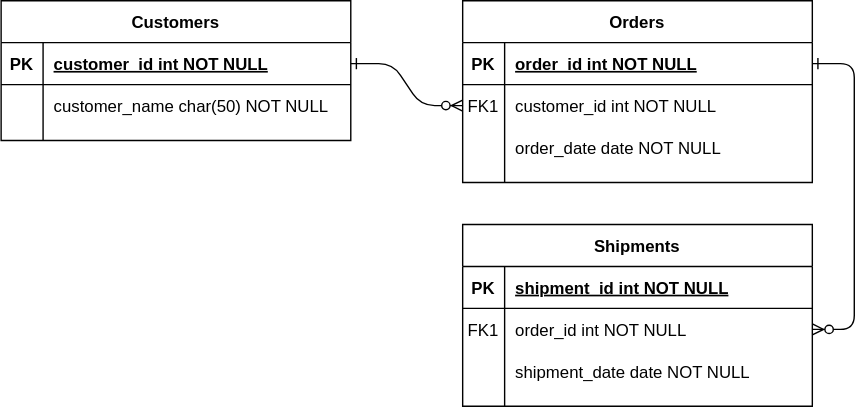
oyjoh/DAT250-FeedApp-Project keeps this draw.io diagram as DomainModel.svg. Above is the earlier version. Source tidied: cells renumbered, new cells last; positions are measured from the earlier drawing's top-left corner, leaving out a move shared by most shapes.
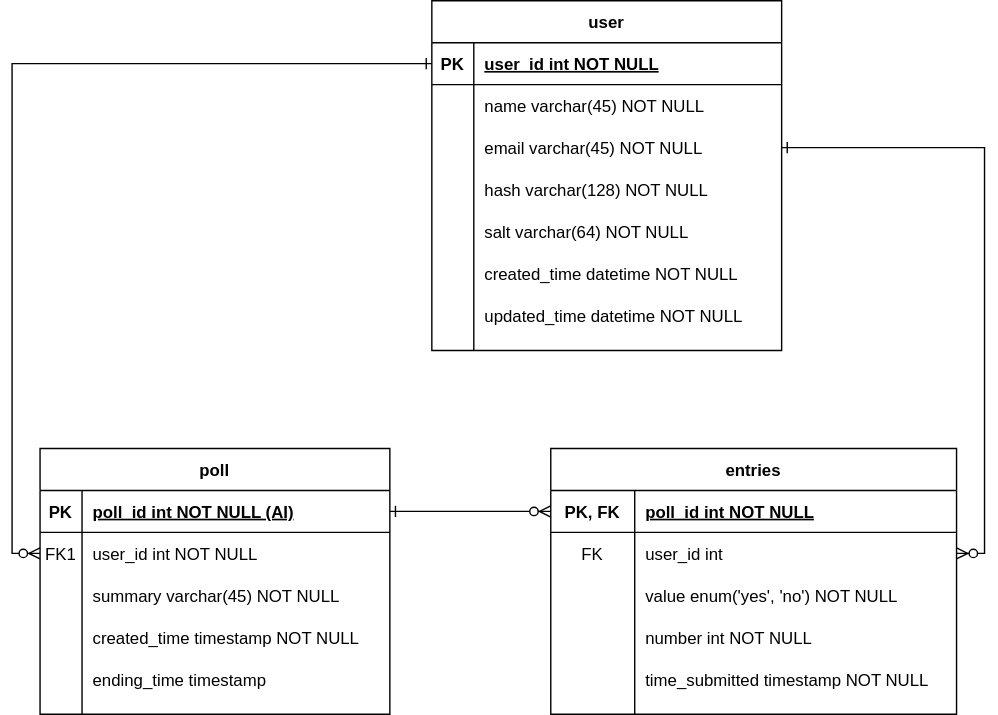
After the change.

Diff of the diagram source:
```diff
@@ -2,14 +2,128 @@
   <root>
     <mxCell id="0" />
     <mxCell id="1" parent="0" />
+    <mxCell id="24" value="user" style="shape=table;startSize=30;rowLines=0;fontStyle=1;align=center;" parent="1" vertex="1">
+      <mxGeometry x="220" y="-30" width="250" height="250" as="geometry" />
+    </mxCell>
+    <mxCell id="25" style="shape=partialRectangle;fillColor=none;points=[[0,0.5],[1,0.5]];portConstraint=eastwest;top=0;left=0;right=0;bottom=1;" parent="24" vertex="1">
+      <mxGeometry y="30" width="250" height="30" as="geometry" />
+    </mxCell>
+    <mxCell id="26" value="PK" style="shape=partialRectangle;overflow=hidden;fillColor=none;top=0;left=0;bottom=0;right=0;fontStyle=1;" parent="25" vertex="1">
+      <mxGeometry width="30" height="30" as="geometry" />
+    </mxCell>
+    <mxCell id="27" value="user_id int NOT NULL " style="shape=partialRectangle;overflow=hidden;fillColor=none;top=0;left=0;bottom=0;right=0;align=left;spacingLeft=6;fontStyle=5;" parent="25" vertex="1">
+      <mxGeometry x="30" width="220" height="30" as="geometry" />
+    </mxCell>
+    <mxCell id="28" style="shape=partialRectangle;fillColor=none;top=0;left=0;right=0;bottom=0;" parent="24" vertex="1">
+      <mxGeometry y="60" width="250" height="30" as="geometry" />
+    </mxCell>
+    <mxCell id="29" style="shape=partialRectangle;overflow=hidden;fillColor=none;top=0;left=0;bottom=0;right=0;" parent="28" vertex="1">
+      <mxGeometry width="30" height="30" as="geometry" />
+    </mxCell>
+    <mxCell id="30" value="name varchar(45) NOT NULL" style="shape=partialRectangle;overflow=hidden;fillColor=none;top=0;left=0;bottom=0;right=0;align=left;spacingLeft=6;" parent="28" vertex="1">
+      <mxGeometry x="30" width="220" height="30" as="geometry" />
+    </mxCell>
+    <mxCell id="31" style="shape=partialRectangle;fillColor=none;points=[[0,0.5],[1,0.5]];portConstraint=eastwest;top=0;left=0;right=0;bottom=0;" parent="24" vertex="1">
+      <mxGeometry y="90" width="250" height="30" as="geometry" />
+    </mxCell>
+    <mxCell id="32" style="shape=partialRectangle;overflow=hidden;fillColor=none;top=0;left=0;bottom=0;right=0;" parent="31" vertex="1">
+      <mxGeometry width="30" height="30" as="geometry" />
+    </mxCell>
+    <mxCell id="33" value="email varchar(45) NOT NULL" style="shape=partialRectangle;overflow=hidden;fillColor=none;top=0;left=0;bottom=0;right=0;align=left;spacingLeft=6;" parent="31" vertex="1">
+      <mxGeometry x="30" width="220" height="30" as="geometry" />
+    </mxCell>
+    <mxCell id="34" style="shape=partialRectangle;fillColor=none;top=0;left=0;right=0;bottom=0;" parent="24" vertex="1">
+      <mxGeometry y="120" width="250" height="30" as="geometry" />
+    </mxCell>
+    <mxCell id="35" style="shape=partialRectangle;overflow=hidden;fillColor=none;top=0;left=0;bottom=0;right=0;" parent="34" vertex="1">
+      <mxGeometry width="30" height="30" as="geometry" />
+    </mxCell>
+    <mxCell id="36" value="hash varchar(128) NOT NULL" style="shape=partialRectangle;overflow=hidden;fillColor=none;top=0;left=0;bottom=0;right=0;align=left;spacingLeft=6;" parent="34" vertex="1">
+      <mxGeometry x="30" width="220" height="30" as="geometry" />
+    </mxCell>
+    <mxCell id="37" style="shape=partialRectangle;fillColor=none;top=0;left=0;right=0;bottom=0;" parent="24" vertex="1">
+      <mxGeometry y="150" width="250" height="30" as="geometry" />
+    </mxCell>
+    <mxCell id="38" style="shape=partialRectangle;overflow=hidden;fillColor=none;top=0;left=0;bottom=0;right=0;" parent="37" vertex="1">
+      <mxGeometry width="30" height="30" as="geometry" />
+    </mxCell>
+    <mxCell id="39" value="salt varchar(64) NOT NULL" style="shape=partialRectangle;overflow=hidden;fillColor=none;top=0;left=0;bottom=0;right=0;align=left;spacingLeft=6;" parent="37" vertex="1">
+      <mxGeometry x="30" width="220" height="30" as="geometry" />
+    </mxCell>
+    <mxCell id="40" style="shape=partialRectangle;fillColor=none;top=0;left=0;right=0;bottom=0;" parent="24" vertex="1">
+      <mxGeometry y="180" width="250" height="30" as="geometry" />
+    </mxCell>
+    <mxCell id="41" style="shape=partialRectangle;overflow=hidden;fillColor=none;top=0;left=0;bottom=0;right=0;" parent="40" vertex="1">
+      <mxGeometry width="30" height="30" as="geometry" />
+    </mxCell>
+    <mxCell id="42" value="created_time datetime NOT NULL" style="shape=partialRectangle;overflow=hidden;fillColor=none;top=0;left=0;bottom=0;right=0;align=left;spacingLeft=6;" parent="40" vertex="1">
+      <mxGeometry x="30" width="220" height="30" as="geometry" />
+    </mxCell>
+    <mxCell id="43" style="shape=partialRectangle;fillColor=none;top=0;left=0;right=0;bottom=0;" parent="24" vertex="1">
+      <mxGeometry y="210" width="250" height="30" as="geometry" />
+    </mxCell>
+    <mxCell id="44" style="shape=partialRectangle;overflow=hidden;fillColor=none;top=0;left=0;bottom=0;right=0;" parent="43" vertex="1">
+      <mxGeometry width="30" height="30" as="geometry" />
+    </mxCell>
+    <mxCell id="45" value="updated_time datetime NOT NULL" style="shape=partialRectangle;overflow=hidden;fillColor=none;top=0;left=0;bottom=0;right=0;align=left;spacingLeft=6;" parent="43" vertex="1">
+      <mxGeometry x="30" width="220" height="30" as="geometry" />
+    </mxCell>
+    <mxCell id="46" style="edgeStyle=orthogonalEdgeStyle;rounded=0;jettySize=auto;html=1;entryX=1;entryY=0.5;entryDx=0;entryDy=0;endArrow=ERzeroToMany;endFill=1;startArrow=ERone;startFill=0;" parent="1" edge="1" source="31" target="47">
+      <mxGeometry relative="1" as="geometry" />
+    </mxCell>
-    <mxCell id="2" style="edgeStyle=entityRelationEdgeStyle;endArrow=ERzeroToMany;startArrow=ERone;endFill=1;startFill=0;" parent="1" edge="1" source="25" target="8">
+    <mxCell id="2" style="edgeStyle=orthogonalEdgeStyle;rounded=0;jettySize=auto;html=1;entryX=0;entryY=0.5;entryDx=0;entryDy=0;endArrow=ERzeroToMany;endFill=1;startArrow=ERone;startFill=0;" parent="1" edge="1" source="25" target="8">
       <mxGeometry relative="1" as="geometry" />
     </mxCell>
-    <mxCell id="3" style="edgeStyle=entityRelationEdgeStyle;endArrow=ERzeroToMany;startArrow=ERone;endFill=1;startFill=0;" parent="1" edge="1" source="5" target="18">
-      <mxGeometry relative="1" as="geometry" />
-    </mxCell>
+    <mxCell id="14" value="entries" style="shape=table;startSize=30;rowLines=0;fontStyle=1;align=center;" parent="1" vertex="1">
+      <mxGeometry x="305" y="290" width="290" height="190" as="geometry" />
+    </mxCell>
+    <mxCell id="15" style="shape=partialRectangle;fillColor=none;points=[[0,0.5],[1,0.5]];portConstraint=eastwest;top=0;left=0;right=0;bottom=1;" parent="14" vertex="1">
+      <mxGeometry y="30" width="290" height="30" as="geometry" />
+    </mxCell>
+    <mxCell id="16" value="PK, FK" style="shape=partialRectangle;overflow=hidden;fillColor=none;top=0;left=0;bottom=0;right=0;fontStyle=1;" parent="15" vertex="1">
+      <mxGeometry width="60" height="30" as="geometry" />
+    </mxCell>
+    <mxCell id="17" value="poll_id int NOT NULL " style="shape=partialRectangle;overflow=hidden;fillColor=none;top=0;left=0;bottom=0;right=0;align=left;spacingLeft=6;fontStyle=5;" parent="15" vertex="1">
+      <mxGeometry x="60" width="230" height="30" as="geometry" />
+    </mxCell>
+    <mxCell id="47" style="shape=partialRectangle;fillColor=none;points=[[0,0.5],[1,0.5]];portConstraint=eastwest;top=0;left=0;right=0;bottom=0;" parent="14" vertex="1">
+      <mxGeometry y="60" width="290" height="30" as="geometry" />
+    </mxCell>
+    <mxCell id="48" value="FK" style="shape=partialRectangle;overflow=hidden;fillColor=none;top=0;left=0;bottom=0;right=0;" parent="47" vertex="1">
+      <mxGeometry width="60" height="30" as="geometry" />
+    </mxCell>
+    <mxCell id="49" value="user_id int" style="shape=partialRectangle;overflow=hidden;fillColor=none;top=0;left=0;bottom=0;right=0;align=left;spacingLeft=6;" parent="47" vertex="1">
+      <mxGeometry x="60" width="230" height="30" as="geometry" />
+    </mxCell>
+    <mxCell id="18" style="shape=partialRectangle;fillColor=none;points=[[0,0.5],[1,0.5]];portConstraint=eastwest;top=0;left=0;right=0;bottom=0;" parent="14" vertex="1">
+      <mxGeometry y="90" width="290" height="30" as="geometry" />
+    </mxCell>
+    <mxCell id="19" style="shape=partialRectangle;overflow=hidden;fillColor=none;top=0;left=0;bottom=0;right=0;" parent="18" vertex="1">
+      <mxGeometry width="60" height="30" as="geometry" />
+    </mxCell>
+    <mxCell id="20" value="value enum('yes', 'no') NOT NULL" style="shape=partialRectangle;overflow=hidden;fillColor=none;top=0;left=0;bottom=0;right=0;align=left;spacingLeft=6;" parent="18" vertex="1">
+      <mxGeometry x="60" width="230" height="30" as="geometry" />
+    </mxCell>
+    <mxCell id="21" style="shape=partialRectangle;fillColor=none;top=0;left=0;right=0;bottom=0;" parent="14" vertex="1">
+      <mxGeometry y="120" width="290" height="30" as="geometry" />
+    </mxCell>
+    <mxCell id="22" style="shape=partialRectangle;overflow=hidden;fillColor=none;top=0;left=0;bottom=0;right=0;" parent="21" vertex="1">
+      <mxGeometry width="60" height="30" as="geometry" />
+    </mxCell>
+    <mxCell id="23" value="number int NOT NULL" style="shape=partialRectangle;overflow=hidden;fillColor=none;top=0;left=0;bottom=0;right=0;align=left;spacingLeft=6;" parent="21" vertex="1">
+      <mxGeometry x="60" width="230" height="30" as="geometry" />
+    </mxCell>
+    <mxCell id="50" style="shape=partialRectangle;fillColor=none;top=0;left=0;right=0;bottom=0;" parent="14" vertex="1">
+      <mxGeometry y="150" width="290" height="30" as="geometry" />
+    </mxCell>
+    <mxCell id="51" style="shape=partialRectangle;overflow=hidden;fillColor=none;top=0;left=0;bottom=0;right=0;" parent="50" vertex="1">
+      <mxGeometry width="60" height="30" as="geometry" />
+    </mxCell>
+    <mxCell id="52" value="time_submitted timestamp NOT NULL" style="shape=partialRectangle;overflow=hidden;fillColor=none;top=0;left=0;bottom=0;right=0;align=left;spacingLeft=6;" parent="50" vertex="1">
+      <mxGeometry x="60" width="230" height="30" as="geometry" />
+    </mxCell>
-    <mxCell id="4" value="Orders" style="shape=table;startSize=30;rowLines=0;fontStyle=1;align=center;" parent="1" vertex="1">
-      <mxGeometry x="330" width="250" height="130" as="geometry" />
+    <mxCell id="4" value="poll" style="shape=table;startSize=30;rowLines=0;fontStyle=1;align=center;" parent="1" vertex="1">
+      <mxGeometry x="-60" y="290" width="250" height="190" as="geometry" />
     </mxCell>
     <mxCell id="5" style="shape=partialRectangle;fillColor=none;points=[[0,0.5],[1,0.5]];portConstraint=eastwest;top=0;left=0;right=0;bottom=1;" parent="4" vertex="1">
       <mxGeometry y="30" width="250" height="30" as="geometry" />
@@ -17,7 +131,7 @@
     <mxCell id="6" value="PK" style="shape=partialRectangle;overflow=hidden;fillColor=none;top=0;left=0;bottom=0;right=0;fontStyle=1;" parent="5" vertex="1">
       <mxGeometry width="30" height="30" as="geometry" />
     </mxCell>
-    <mxCell id="7" value="order_id int NOT NULL " style="shape=partialRectangle;overflow=hidden;fillColor=none;top=0;left=0;bottom=0;right=0;align=left;spacingLeft=6;fontStyle=5;" parent="5" vertex="1">
+    <mxCell id="7" value="poll_id int NOT NULL (AI)" style="shape=partialRectangle;overflow=hidden;fillColor=none;top=0;left=0;bottom=0;right=0;align=left;spacingLeft=6;fontStyle=5;" parent="5" vertex="1">
       <mxGeometry x="30" width="220" height="30" as="geometry" />
     </mxCell>
     <mxCell id="8" style="shape=partialRectangle;fillColor=none;points=[[0,0.5],[1,0.5]];portConstraint=eastwest;top=0;left=0;right=0;bottom=0;" parent="4" vertex="1">
@@ -26,7 +140,7 @@
     <mxCell id="9" value="FK1" style="shape=partialRectangle;overflow=hidden;fillColor=none;top=0;left=0;bottom=0;right=0;" parent="8" vertex="1">
       <mxGeometry width="30" height="30" as="geometry" />
     </mxCell>
-    <mxCell id="10" value="customer_id int NOT NULL" style="shape=partialRectangle;overflow=hidden;fillColor=none;top=0;left=0;bottom=0;right=0;align=left;spacingLeft=6;" parent="8" vertex="1">
+    <mxCell id="10" value="user_id int NOT NULL" style="shape=partialRectangle;overflow=hidden;fillColor=none;top=0;left=0;bottom=0;right=0;align=left;spacingLeft=6;" parent="8" vertex="1">
       <mxGeometry x="30" width="220" height="30" as="geometry" />
     </mxCell>
     <mxCell id="11" style="shape=partialRectangle;fillColor=none;top=0;left=0;right=0;bottom=0;" parent="4" vertex="1">
@@ -35,59 +149,29 @@
     <mxCell id="12" style="shape=partialRectangle;overflow=hidden;fillColor=none;top=0;left=0;bottom=0;right=0;" parent="11" vertex="1">
       <mxGeometry width="30" height="30" as="geometry" />
     </mxCell>
-    <mxCell id="13" value="order_date date NOT NULL" style="shape=partialRectangle;overflow=hidden;fillColor=none;top=0;left=0;bottom=0;right=0;align=left;spacingLeft=6;" parent="11" vertex="1">
+    <mxCell id="13" value="summary varchar(45) NOT NULL" style="shape=partialRectangle;overflow=hidden;fillColor=none;top=0;left=0;bottom=0;right=0;align=left;spacingLeft=6;" parent="11" vertex="1">
       <mxGeometry x="30" width="220" height="30" as="geometry" />
     </mxCell>
-    <mxCell id="14" value="Shipments" style="shape=table;startSize=30;rowLines=0;fontStyle=1;align=center;" parent="1" vertex="1">
-      <mxGeometry x="330" y="160" width="250" height="130" as="geometry" />
-    </mxCell>
-    <mxCell id="15" style="shape=partialRectangle;fillColor=none;points=[[0,0.5],[1,0.5]];portConstraint=eastwest;top=0;left=0;right=0;bottom=1;" parent="14" vertex="1">
-      <mxGeometry y="30" width="250" height="30" as="geometry" />
-    </mxCell>
-    <mxCell id="16" value="PK" style="shape=partialRectangle;overflow=hidden;fillColor=none;top=0;left=0;bottom=0;right=0;fontStyle=1;" parent="15" vertex="1">
-      <mxGeometry width="30" height="30" as="geometry" />
-    </mxCell>
-    <mxCell id="17" value="shipment_id int NOT NULL " style="shape=partialRectangle;overflow=hidden;fillColor=none;top=0;left=0;bottom=0;right=0;align=left;spacingLeft=6;fontStyle=5;" parent="15" vertex="1">
-      <mxGeometry x="30" width="220" height="30" as="geometry" />
-    </mxCell>
-    <mxCell id="18" style="shape=partialRectangle;fillColor=none;points=[[0,0.5],[1,0.5]];portConstraint=eastwest;top=0;left=0;right=0;bottom=0;" parent="14" vertex="1">
-      <mxGeometry y="60" width="250" height="30" as="geometry" />
-    </mxCell>
-    <mxCell id="19" value="FK1" style="shape=partialRectangle;overflow=hidden;fillColor=none;top=0;left=0;bottom=0;right=0;" parent="18" vertex="1">
-      <mxGeometry width="30" height="30" as="geometry" />
-    </mxCell>
-    <mxCell id="20" value="order_id int NOT NULL" style="shape=partialRectangle;overflow=hidden;fillColor=none;top=0;left=0;bottom=0;right=0;align=left;spacingLeft=6;" parent="18" vertex="1">
-      <mxGeometry x="30" width="220" height="30" as="geometry" />
-    </mxCell>
-    <mxCell id="21" style="shape=partialRectangle;fillColor=none;top=0;left=0;right=0;bottom=0;" parent="14" vertex="1">
-      <mxGeometry y="90" width="250" height="30" as="geometry" />
-    </mxCell>
-    <mxCell id="22" style="shape=partialRectangle;overflow=hidden;fillColor=none;top=0;left=0;bottom=0;right=0;" parent="21" vertex="1">
-      <mxGeometry width="30" height="30" as="geometry" />
-    </mxCell>
-    <mxCell id="23" value="shipment_date date NOT NULL" style="shape=partialRectangle;overflow=hidden;fillColor=none;top=0;left=0;bottom=0;right=0;align=left;spacingLeft=6;" parent="21" vertex="1">
-      <mxGeometry x="30" width="220" height="30" as="geometry" />
-    </mxCell>
-    <mxCell id="24" value="Customers" style="shape=table;startSize=30;rowLines=0;fontStyle=1;align=center;" parent="1" vertex="1">
-      <mxGeometry width="250" height="100" as="geometry" />
-    </mxCell>
-    <mxCell id="25" style="shape=partialRectangle;fillColor=none;points=[[0,0.5],[1,0.5]];portConstraint=eastwest;top=0;left=0;right=0;bottom=1;" parent="24" vertex="1">
-      <mxGeometry y="30" width="250" height="30" as="geometry" />
-    </mxCell>
-    <mxCell id="26" value="PK" style="shape=partialRectangle;overflow=hidden;fillColor=none;top=0;left=0;bottom=0;right=0;fontStyle=1;" parent="25" vertex="1">
-      <mxGeometry width="30" height="30" as="geometry" />
-    </mxCell>
-    <mxCell id="27" value="customer_id int NOT NULL " style="shape=partialRectangle;overflow=hidden;fillColor=none;top=0;left=0;bottom=0;right=0;align=left;spacingLeft=6;fontStyle=5;" parent="25" vertex="1">
-      <mxGeometry x="30" width="220" height="30" as="geometry" />
-    </mxCell>
-    <mxCell id="28" style="shape=partialRectangle;fillColor=none;top=0;left=0;right=0;bottom=0;" parent="24" vertex="1">
-      <mxGeometry y="60" width="250" height="30" as="geometry" />
-    </mxCell>
-    <mxCell id="29" style="shape=partialRectangle;overflow=hidden;fillColor=none;top=0;left=0;bottom=0;right=0;" parent="28" vertex="1">
-      <mxGeometry width="30" height="30" as="geometry" />
-    </mxCell>
-    <mxCell id="30" value="customer_name char(50) NOT NULL" style="shape=partialRectangle;overflow=hidden;fillColor=none;top=0;left=0;bottom=0;right=0;align=left;spacingLeft=6;" parent="28" vertex="1">
-      <mxGeometry x="30" width="220" height="30" as="geometry" />
-    </mxCell>
+    <mxCell id="53" style="shape=partialRectangle;fillColor=none;top=0;left=0;right=0;bottom=0;" parent="4" vertex="1">
+      <mxGeometry y="120" width="250" height="30" as="geometry" />
+    </mxCell>
+    <mxCell id="54" style="shape=partialRectangle;overflow=hidden;fillColor=none;top=0;left=0;bottom=0;right=0;" parent="53" vertex="1">
+      <mxGeometry width="30" height="30" as="geometry" />
+    </mxCell>
+    <mxCell id="55" value="created_time timestamp NOT NULL" style="shape=partialRectangle;overflow=hidden;fillColor=none;top=0;left=0;bottom=0;right=0;align=left;spacingLeft=6;" parent="53" vertex="1">
+      <mxGeometry x="30" width="220" height="30" as="geometry" />
+    </mxCell>
+    <mxCell id="56" style="shape=partialRectangle;fillColor=none;top=0;left=0;right=0;bottom=0;" parent="4" vertex="1">
+      <mxGeometry y="150" width="250" height="30" as="geometry" />
+    </mxCell>
+    <mxCell id="57" style="shape=partialRectangle;overflow=hidden;fillColor=none;top=0;left=0;bottom=0;right=0;" parent="56" vertex="1">
+      <mxGeometry width="30" height="30" as="geometry" />
+    </mxCell>
+    <mxCell id="58" value="ending_time timestamp" style="shape=partialRectangle;overflow=hidden;fillColor=none;top=0;left=0;bottom=0;right=0;align=left;spacingLeft=6;" parent="56" vertex="1">
+      <mxGeometry x="30" width="220" height="30" as="geometry" />
+    </mxCell>
+    <mxCell id="59" style="edgeStyle=orthogonalEdgeStyle;rounded=0;jettySize=auto;html=1;entryX=0;entryY=0.5;entryDx=0;entryDy=0;startArrow=ERone;startFill=0;endArrow=ERzeroToMany;endFill=1;" parent="1" edge="1" source="5" target="15">
+      <mxGeometry relative="1" as="geometry" />
+    </mxCell>
   </root>
 </mxGraphModel>
```
